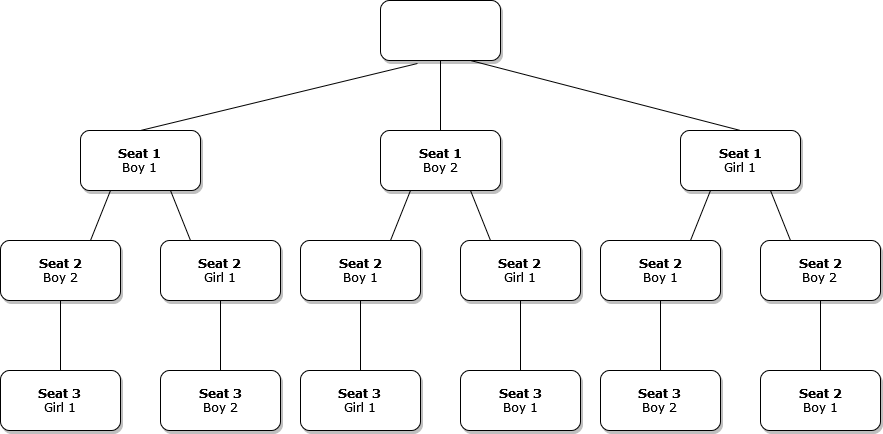
This is images/notes-backtracking/simple-backtrack-tree-1.png from cj-mills/christianjmills, a draw.io export, as it was before one commit. Source tidied: cells renumbered, new cells last; positions are measured from the earlier drawing's top-left corner, leaving out a move shared by most shapes.
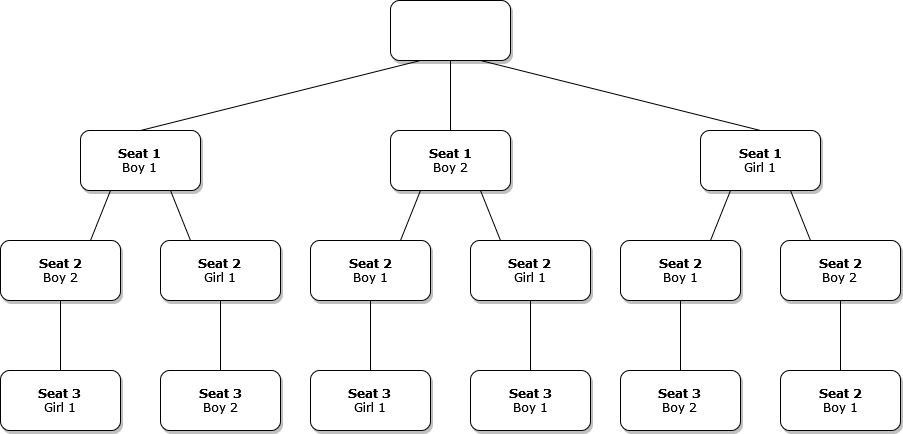
After the commit.

Change to the diagram source:
```diff
@@ -6,16 +6,16 @@
       <mxGeometry x="380" width="120" height="60" as="geometry" />
     </mxCell>
     <mxCell id="3" value="&lt;b&gt;Seat 1&lt;/b&gt;&lt;br&gt;&lt;div&gt;Boy 1&lt;/div&gt;" style="whiteSpace=wrap;html=1;rounded=1;shadow=1;labelBackgroundColor=none;strokeWidth=1;fontFamily=Verdana;fontSize=12;align=center;" parent="1" vertex="1">
-      <mxGeometry x="80" y="130" width="120" height="60" as="geometry" />
+      <mxGeometry x="70" y="130" width="120" height="60" as="geometry" />
     </mxCell>
     <mxCell id="4" value="&lt;br&gt;&lt;div&gt;&lt;b&gt;Seat 2&lt;span&gt;&lt;/span&gt;&lt;/b&gt;&lt;/div&gt;&lt;div&gt;&lt;span&gt;Boy 2&lt;/span&gt;&lt;/div&gt;&lt;div&gt;&lt;br&gt;&lt;span&gt;&lt;/span&gt;&lt;/div&gt;" style="whiteSpace=wrap;html=1;rounded=1;shadow=1;labelBackgroundColor=none;strokeWidth=1;fontFamily=Verdana;fontSize=12;align=center;" parent="1" vertex="1">
-      <mxGeometry y="240" width="120" height="60" as="geometry" />
+      <mxGeometry x="-10" y="240" width="120" height="60" as="geometry" />
     </mxCell>
     <mxCell id="5" value="&lt;div&gt;&lt;b&gt;Seat 2&lt;/b&gt;&lt;br&gt;&lt;/div&gt;&lt;div&gt;Girl 1&lt;/div&gt;" style="whiteSpace=wrap;html=1;rounded=1;shadow=1;labelBackgroundColor=none;strokeWidth=1;fontFamily=Verdana;fontSize=12;align=center;" parent="1" vertex="1">
-      <mxGeometry x="160" y="240" width="120" height="60" as="geometry" />
+      <mxGeometry x="150" y="240" width="120" height="60" as="geometry" />
     </mxCell>
     <mxCell id="6" value="&lt;div&gt;&lt;b&gt;Seat 3&lt;/b&gt;&lt;br&gt;&lt;/div&gt;&lt;div&gt;Girl 1&lt;/div&gt;" style="whiteSpace=wrap;html=1;rounded=1;shadow=1;labelBackgroundColor=none;strokeWidth=1;fontFamily=Verdana;fontSize=12;align=center;" parent="1" vertex="1">
-      <mxGeometry y="370" width="120" height="60" as="geometry" />
+      <mxGeometry x="-10" y="370" width="120" height="60" as="geometry" />
     </mxCell>
     <mxCell id="7" style="endArrow=none;html=1;rounded=0;entryX=0.5;entryY=1;entryDx=0;entryDy=0;exitX=0.5;exitY=0;exitDx=0;exitDy=0;" parent="1" edge="1" source="6" target="4">
       <mxGeometry relative="1" as="geometry" />
@@ -27,7 +27,7 @@
       <mxGeometry relative="1" as="geometry" />
     </mxCell>
     <mxCell id="10" value="&lt;div&gt;&lt;b&gt;Seat 3&lt;span&gt;&lt;/span&gt;&lt;/b&gt;&lt;/div&gt;&lt;div&gt;&lt;span&gt;Boy 2&lt;/span&gt;&lt;/div&gt;&lt;div&gt;&lt;span&gt;&lt;/span&gt;&lt;/div&gt;" style="whiteSpace=wrap;html=1;rounded=1;shadow=1;labelBackgroundColor=none;strokeWidth=1;fontFamily=Verdana;fontSize=12;align=center;" parent="1" vertex="1">
-      <mxGeometry x="160" y="370" width="120" height="60" as="geometry" />
+      <mxGeometry x="150" y="370" width="120" height="60" as="geometry" />
     </mxCell>
     <mxCell id="11" style="endArrow=none;html=1;rounded=0;entryX=0.5;entryY=1;entryDx=0;entryDy=0;exitX=0.5;exitY=0;exitDx=0;exitDy=0;" parent="1" edge="1" source="10" target="5">
       <mxGeometry relative="1" as="geometry" />
@@ -60,16 +60,16 @@
       <mxGeometry relative="1" as="geometry" />
     </mxCell>
     <mxCell id="21" value="&lt;div&gt;&lt;b&gt;Seat 1&lt;/b&gt;&lt;/div&gt;&lt;div&gt;Girl 1&lt;/div&gt;" style="whiteSpace=wrap;html=1;rounded=1;shadow=1;labelBackgroundColor=none;strokeWidth=1;fontFamily=Verdana;fontSize=12;align=center;" parent="1" vertex="1">
-      <mxGeometry x="680" y="130" width="120" height="60" as="geometry" />
+      <mxGeometry x="690" y="130" width="120" height="60" as="geometry" />
     </mxCell>
     <mxCell id="22" value="&lt;br&gt;&lt;div&gt;&lt;b&gt;Seat 2&lt;/b&gt;&lt;span&gt;&lt;/span&gt;&lt;/div&gt;&lt;div&gt;&lt;span&gt;Boy 1&lt;/span&gt;&lt;/div&gt;&lt;div&gt;&lt;br&gt;&lt;span&gt;&lt;/span&gt;&lt;/div&gt;" style="whiteSpace=wrap;html=1;rounded=1;shadow=1;labelBackgroundColor=none;strokeWidth=1;fontFamily=Verdana;fontSize=12;align=center;" parent="1" vertex="1">
-      <mxGeometry x="600" y="240" width="120" height="60" as="geometry" />
+      <mxGeometry x="610" y="240" width="120" height="60" as="geometry" />
     </mxCell>
     <mxCell id="23" value="&lt;div&gt;&lt;b&gt;Seat 2&lt;/b&gt;&lt;/div&gt;&lt;div&gt;Boy 2&lt;b&gt;&lt;br&gt;&lt;/b&gt;&lt;/div&gt;" style="whiteSpace=wrap;html=1;rounded=1;shadow=1;labelBackgroundColor=none;strokeWidth=1;fontFamily=Verdana;fontSize=12;align=center;" parent="1" vertex="1">
-      <mxGeometry x="760" y="240" width="120" height="60" as="geometry" />
+      <mxGeometry x="770" y="240" width="120" height="60" as="geometry" />
     </mxCell>
     <mxCell id="24" value="&lt;b&gt;Seat 3&lt;br&gt;&lt;/b&gt;&lt;div&gt;Boy 2&lt;/div&gt;" style="whiteSpace=wrap;html=1;rounded=1;shadow=1;labelBackgroundColor=none;strokeWidth=1;fontFamily=Verdana;fontSize=12;align=center;" parent="1" vertex="1">
-      <mxGeometry x="600" y="370" width="120" height="60" as="geometry" />
+      <mxGeometry x="610" y="370" width="120" height="60" as="geometry" />
     </mxCell>
     <mxCell id="25" style="endArrow=none;html=1;rounded=0;entryX=0.5;entryY=1;entryDx=0;entryDy=0;exitX=0.5;exitY=0;exitDx=0;exitDy=0;" parent="1" edge="1" source="24" target="22">
       <mxGeometry relative="1" as="geometry" />
@@ -81,12 +81,12 @@
       <mxGeometry relative="1" as="geometry" />
     </mxCell>
     <mxCell id="28" value="&lt;div&gt;&lt;b&gt;Seat 2&lt;/b&gt;&lt;span&gt;&lt;/span&gt;&lt;/div&gt;&lt;div&gt;&lt;span&gt;Boy 1&lt;/span&gt;&lt;/div&gt;&lt;div&gt;&lt;span&gt;&lt;/span&gt;&lt;/div&gt;" style="whiteSpace=wrap;html=1;rounded=1;shadow=1;labelBackgroundColor=none;strokeWidth=1;fontFamily=Verdana;fontSize=12;align=center;" parent="1" vertex="1">
-      <mxGeometry x="760" y="370" width="120" height="60" as="geometry" />
+      <mxGeometry x="770" y="370" width="120" height="60" as="geometry" />
     </mxCell>
     <mxCell id="29" style="endArrow=none;html=1;rounded=0;entryX=0.5;entryY=1;entryDx=0;entryDy=0;exitX=0.5;exitY=0;exitDx=0;exitDy=0;" parent="1" edge="1" source="28" target="23">
       <mxGeometry relative="1" as="geometry" />
     </mxCell>
-    <mxCell id="30" style="endArrow=none;html=1;rounded=0;entryX=0.308;entryY=1.05;entryDx=0;entryDy=0;exitX=0.5;exitY=0;exitDx=0;exitDy=0;entryPerimeter=0;" parent="1" edge="1" source="3" target="2">
+    <mxCell id="30" style="endArrow=none;html=1;rounded=0;exitX=0.5;exitY=0;exitDx=0;exitDy=0;entryX=0.25;entryY=1;entryDx=0;entryDy=0;" parent="1" edge="1" source="3" target="2">
       <mxGeometry relative="1" as="geometry" />
     </mxCell>
     <mxCell id="31" style="endArrow=none;html=1;rounded=0;entryX=0.5;entryY=1;entryDx=0;entryDy=0;exitX=0.5;exitY=0;exitDx=0;exitDy=0;" parent="1" edge="1" source="12" target="2">
```
